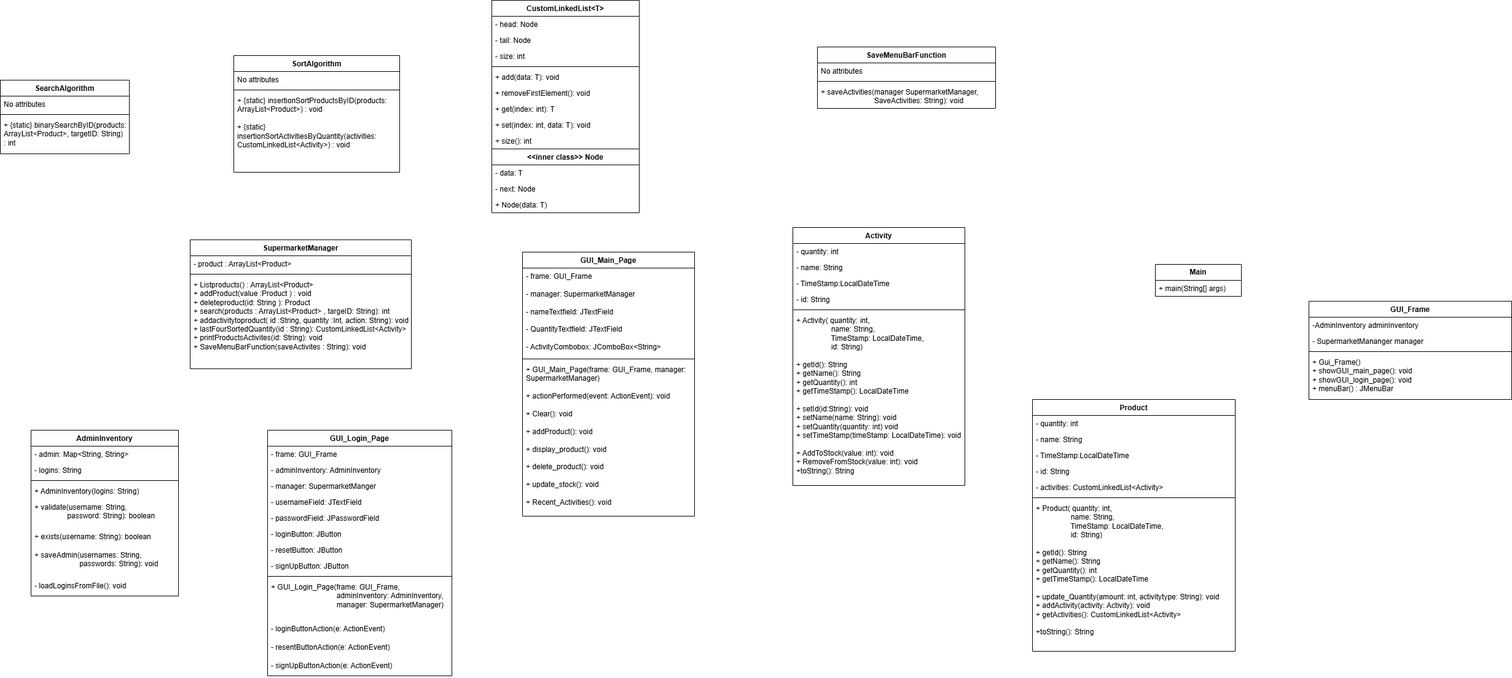
Above: SupermarketMangementSystemUMLdiagram.drawio.png in helgabear26/CS5003-Coursework1-Supermarket-Project (draw.io), before the change. Source tidied: cells renumbered, new cells last; positions are measured from the earlier drawing's top-left corner, leaving out a move shared by most shapes.
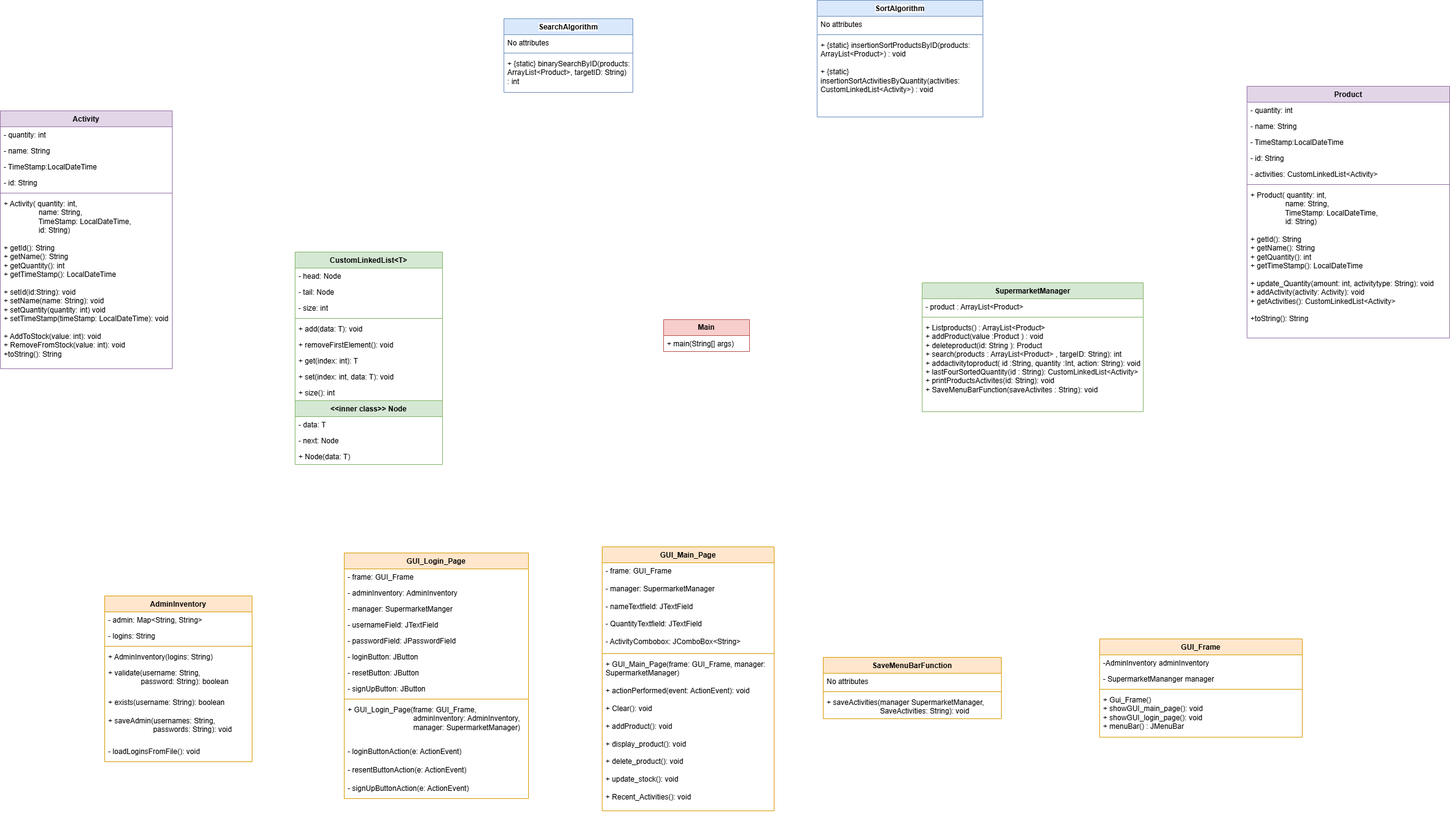
The same file after the commit.

What changed in the source:
```diff
@@ -4,4 +4,4 @@
     <mxCell id="1" parent="0" />
-    <mxCell id="2" value="&lt;span style=&quot;background-color: light-dark(#ffffff, var(--ge-dark-color, #121212));&quot;&gt;SearchAlgorithm&lt;/span&gt;" style="swimlane;fontStyle=1;align=center;verticalAlign=top;horizontal=1;startSize=26;whiteSpace=wrap;html=1;" parent="1" vertex="1">
-      <mxGeometry y="130" width="210" height="120" as="geometry" />
+    <mxCell id="2" value="&lt;span style=&quot;background-color: light-dark(#ffffff, var(--ge-dark-color, #121212));&quot;&gt;SearchAlgorithm&lt;/span&gt;" style="swimlane;fontStyle=1;align=center;verticalAlign=top;horizontal=1;startSize=26;whiteSpace=wrap;html=1;fillColor=#dae8fc;strokeColor=#6c8ebf;" parent="1" vertex="1">
+      <mxGeometry x="670" y="30" width="210" height="120" as="geometry" />
     </mxCell>
@@ -16,4 +16,4 @@
     </mxCell>
-    <mxCell id="6" value="SortAlgorithm" style="swimlane;fontStyle=1;align=center;verticalAlign=top;horizontal=1;startSize=26;whiteSpace=wrap;html=1;" parent="1" vertex="1">
-      <mxGeometry x="380" y="90" width="270" height="190" as="geometry" />
+    <mxCell id="6" value="&lt;span style=&quot;background-color: light-dark(rgb(250, 249, 249), rgb(237, 237, 237));&quot;&gt;SortAlgorithm&lt;/span&gt;" style="swimlane;fontStyle=1;align=center;verticalAlign=top;horizontal=1;startSize=26;whiteSpace=wrap;html=1;fillColor=#dae8fc;strokeColor=#6c8ebf;" parent="1" vertex="1">
+      <mxGeometry x="1180" width="270" height="190" as="geometry" />
     </mxCell>
@@ -28,4 +28,4 @@
     </mxCell>
-    <mxCell id="10" value="Activity" style="swimlane;fontStyle=1;align=center;verticalAlign=top;horizontal=1;startSize=26;whiteSpace=wrap;html=1;" parent="1" vertex="1">
-      <mxGeometry x="1290" y="370" width="280" height="420" as="geometry" />
+    <mxCell id="10" value="Activity" style="swimlane;fontStyle=1;align=center;verticalAlign=top;horizontal=1;startSize=26;whiteSpace=wrap;html=1;fillColor=#e1d5e7;strokeColor=#9673a6;" parent="1" vertex="1">
+      <mxGeometry x="-150" y="180" width="280" height="420" as="geometry" />
     </mxCell>
@@ -49,4 +49,4 @@
     </mxCell>
-    <mxCell id="17" value="SupermarketManager" style="swimlane;fontStyle=1;align=center;verticalAlign=top;horizontal=1;startSize=26;whiteSpace=wrap;html=1;" parent="1" vertex="1">
-      <mxGeometry x="309" y="390" width="360" height="210" as="geometry" />
+    <mxCell id="17" value="SupermarketManager" style="swimlane;fontStyle=1;align=center;verticalAlign=top;horizontal=1;startSize=26;whiteSpace=wrap;html=1;fillColor=#d5e8d4;strokeColor=#82b366;" parent="1" vertex="1">
+      <mxGeometry x="1351" y="460" width="360" height="210" as="geometry" />
     </mxCell>
@@ -61,4 +61,4 @@
     </mxCell>
-    <mxCell id="21" value="CustomLinkedList&amp;lt;T&amp;gt;" style="swimlane;fontStyle=1;align=center;verticalAlign=top;horizontal=1;startSize=26;whiteSpace=wrap;html=1;" parent="1" vertex="1">
-      <mxGeometry x="800" width="240" height="346" as="geometry" />
+    <mxCell id="21" value="CustomLinkedList&amp;lt;T&amp;gt;" style="swimlane;fontStyle=1;align=center;verticalAlign=top;horizontal=1;startSize=26;whiteSpace=wrap;html=1;fillColor=#d5e8d4;strokeColor=#82b366;" parent="1" vertex="1">
+      <mxGeometry x="330" y="410" width="240" height="346" as="geometry" />
     </mxCell>
@@ -91,3 +91,3 @@
     </mxCell>
-    <mxCell id="31" value="&lt;div style=&quot;&quot;&gt;&lt;b&gt;&amp;lt;&amp;lt;inner class&amp;gt;&amp;gt; Node&lt;/b&gt;&lt;/div&gt;" style="text;strokeColor=default;fillColor=default;align=center;verticalAlign=top;spacingLeft=4;spacingRight=4;overflow=hidden;whiteSpace=wrap;html=1;" parent="21" vertex="1">
+    <mxCell id="31" value="&lt;div style=&quot;&quot;&gt;&lt;b&gt;&amp;lt;&amp;lt;inner class&amp;gt;&amp;gt; Node&lt;/b&gt;&lt;/div&gt;" style="text;strokeColor=#82b366;fillColor=#d5e8d4;align=center;verticalAlign=top;spacingLeft=4;spacingRight=4;overflow=hidden;whiteSpace=wrap;html=1;" parent="21" vertex="1">
       <mxGeometry y="242" width="240" height="26" as="geometry" />
@@ -103,4 +103,4 @@
     </mxCell>
-    <mxCell id="35" value="AdminInventory" style="swimlane;fontStyle=1;align=center;verticalAlign=top;horizontal=1;startSize=26;whiteSpace=wrap;html=1;" parent="1" vertex="1">
-      <mxGeometry x="50" y="700" width="240" height="270" as="geometry" />
+    <mxCell id="35" value="AdminInventory" style="swimlane;fontStyle=1;align=center;verticalAlign=top;horizontal=1;startSize=26;whiteSpace=wrap;html=1;fillColor=#ffe6cc;strokeColor=#d79b00;" parent="1" vertex="1">
+      <mxGeometry x="20" y="970" width="240" height="270" as="geometry" />
     </mxCell>
@@ -130,4 +130,4 @@
     </mxCell>
-    <mxCell id="44" value="GUI_Login_Page" style="swimlane;fontStyle=1;align=center;verticalAlign=top;horizontal=1;startSize=26;whiteSpace=wrap;html=1;" parent="1" vertex="1">
-      <mxGeometry x="435" y="700" width="300" height="400" as="geometry" />
+    <mxCell id="44" value="GUI_Login_Page" style="swimlane;fontStyle=1;align=center;verticalAlign=top;horizontal=1;startSize=26;whiteSpace=wrap;html=1;fillColor=#ffe6cc;strokeColor=#d79b00;" parent="1" vertex="1">
+      <mxGeometry x="410" y="900" width="300" height="400" as="geometry" />
     </mxCell>
@@ -172,4 +172,4 @@
     </mxCell>
-    <mxCell id="58" value="GUI_Main_Page" style="swimlane;fontStyle=1;align=center;verticalAlign=top;horizontal=1;startSize=26;whiteSpace=wrap;html=1;" parent="1" vertex="1">
-      <mxGeometry x="850" y="410" width="280" height="430" as="geometry" />
+    <mxCell id="58" value="GUI_Main_Page" style="swimlane;fontStyle=1;align=center;verticalAlign=top;horizontal=1;startSize=26;whiteSpace=wrap;html=1;fillColor=#ffe6cc;strokeColor=#d79b00;" parent="1" vertex="1">
+      <mxGeometry x="830" y="890" width="280" height="430" as="geometry" />
     </mxCell>
@@ -184,4 +184,4 @@
     </mxCell>
-    <mxCell id="62" value="Product" style="swimlane;fontStyle=1;align=center;verticalAlign=top;horizontal=1;startSize=26;whiteSpace=wrap;html=1;" parent="1" vertex="1">
-      <mxGeometry x="1680" y="650" width="330" height="410" as="geometry" />
+    <mxCell id="62" value="Product" style="swimlane;fontStyle=1;align=center;verticalAlign=top;horizontal=1;startSize=26;whiteSpace=wrap;html=1;fillColor=#e1d5e7;strokeColor=#9673a6;" parent="1" vertex="1">
+      <mxGeometry x="1880" y="140" width="330" height="410" as="geometry" />
     </mxCell>
@@ -208,4 +208,4 @@
     </mxCell>
-    <mxCell id="70" value="&lt;b&gt;Main&lt;/b&gt;" style="swimlane;fontStyle=0;horizontal=1;startSize=26;fillColor=none;whiteSpace=wrap;html=1;" parent="1" vertex="1">
-      <mxGeometry x="1880" y="430" width="140" height="52" as="geometry" />
+    <mxCell id="70" value="&lt;b&gt;Main&lt;/b&gt;" style="swimlane;fontStyle=0;horizontal=1;startSize=26;fillColor=#f8cecc;whiteSpace=wrap;html=1;strokeColor=#b85450;" parent="1" vertex="1">
+      <mxGeometry x="930" y="520" width="140" height="52" as="geometry" />
     </mxCell>
@@ -214,4 +214,4 @@
     </mxCell>
-    <mxCell id="72" value="GUI_Frame" style="swimlane;fontStyle=1;align=center;verticalAlign=top;horizontal=1;startSize=26;whiteSpace=wrap;html=1;" parent="1" vertex="1">
-      <mxGeometry x="2130" y="490" width="330" height="160" as="geometry" />
+    <mxCell id="72" value="GUI_Frame" style="swimlane;fontStyle=1;align=center;verticalAlign=top;horizontal=1;startSize=26;whiteSpace=wrap;html=1;fillColor=#ffe6cc;strokeColor=#d79b00;" parent="1" vertex="1">
+      <mxGeometry x="1640" y="1040" width="330" height="160" as="geometry" />
     </mxCell>
@@ -229,4 +229,4 @@
     </mxCell>
-    <mxCell id="77" value="SaveMenuBarFunction" style="swimlane;fontStyle=1;align=center;verticalAlign=top;horizontal=1;startSize=26;whiteSpace=wrap;html=1;" parent="1" vertex="1">
-      <mxGeometry x="1330" y="76" width="290" height="100" as="geometry" />
+    <mxCell id="77" value="SaveMenuBarFunction" style="swimlane;fontStyle=1;align=center;verticalAlign=top;horizontal=1;startSize=26;whiteSpace=wrap;html=1;fillColor=#ffe6cc;strokeColor=#d79b00;" parent="1" vertex="1">
+      <mxGeometry x="1190" y="1070" width="290" height="100" as="geometry" />
     </mxCell>
```
